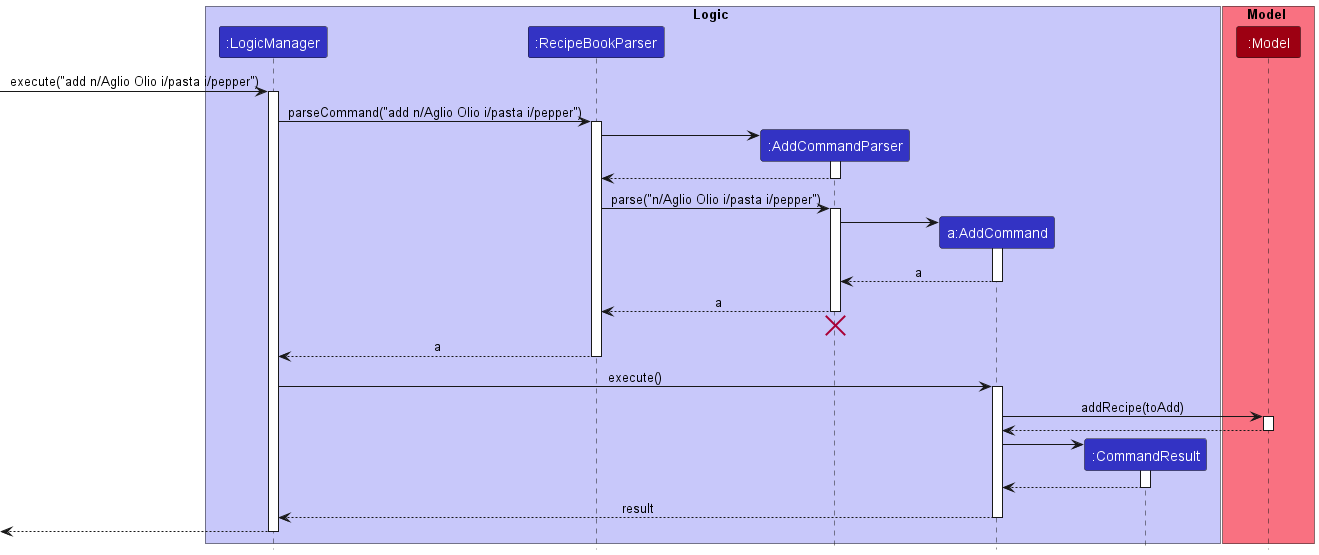
Before: docs/images/AddSequenceDiagram.png, a diagram exported from PlantUML (nus-cs2103-AY2223S2/tp).
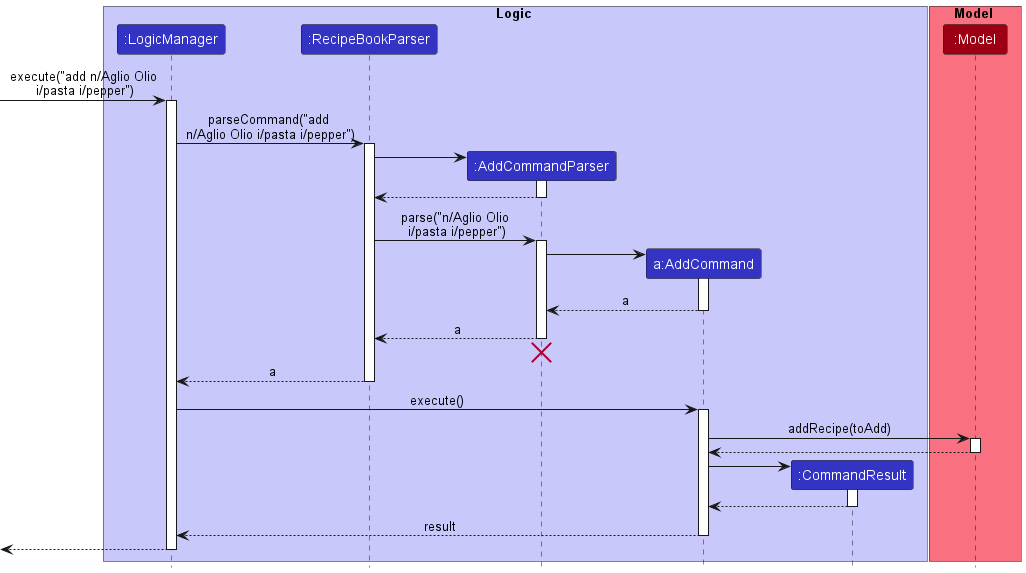
Above is the later version.

What changed in the source:
```diff
@@ -13,10 +13,10 @@
 participant ":Model" as Model MODEL_COLOR
 end box
 
-[-> LogicManager : execute("add n/Aglio Olio i/pasta i/pepper")
+[-> LogicManager : execute("add n/Aglio Olio\n i/pasta i/pepper")
 activate LogicManager
 
-LogicManager -> RecipeBookParser : parseCommand("add n/Aglio Olio i/pasta i/pepper")
+LogicManager -> RecipeBookParser : parseCommand("add \nn/Aglio Olio i/pasta i/pepper")
 activate RecipeBookParser
 
 create AddCommandParser
@@ -26,7 +26,7 @@
 AddCommandParser --> RecipeBookParser
 deactivate AddCommandParser
 
-RecipeBookParser -> AddCommandParser : parse("n/Aglio Olio i/pasta i/pepper")
+RecipeBookParser -> AddCommandParser : parse("n/Aglio Olio\n i/pasta i/pepper")
 activate AddCommandParser
 
 create AddCommand
```
